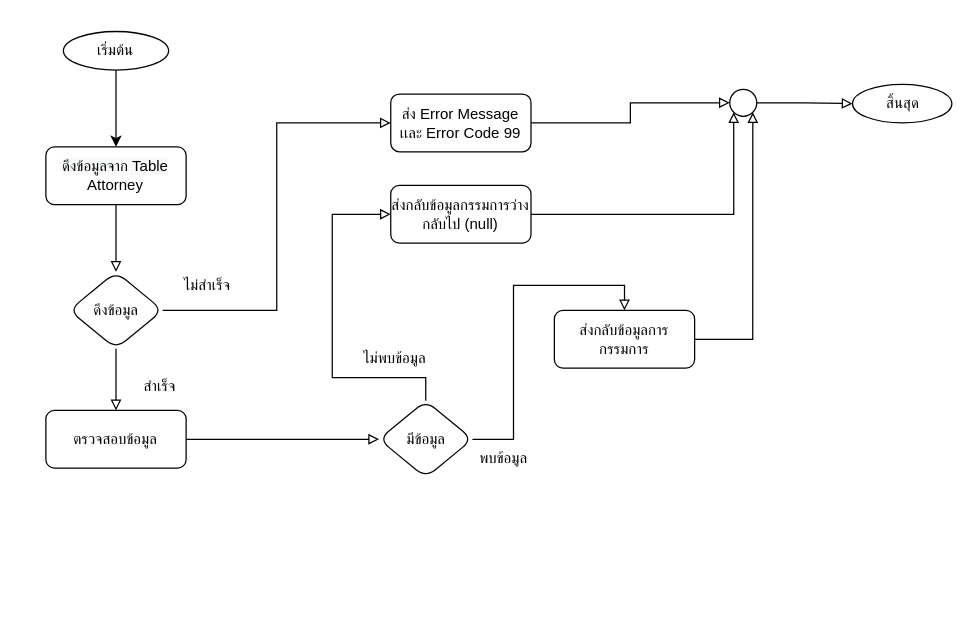
The draw.io diagram GetAttorneyList.drawio in charifrodmanee/charifrodmanee, before the edit. Source tidied: cells renumbered, new cells numbered last; positions are measured from the earlier drawing's top-left corner, leaving out a move shared by most shapes. Both pictures are drawn from the tidied source at 125%, with x=0, y=0 at pixel (21, 21).
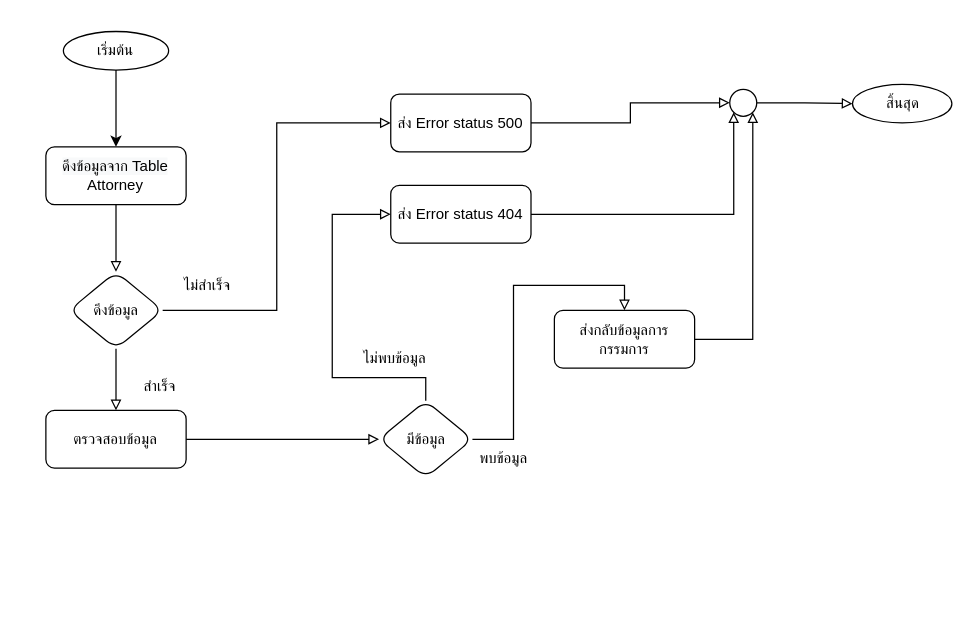
The same page after the edit.

The change refers to these unchanged cells:
```xml
<mxCell id="3" style="group;" parent="2" vertex="1">
  <mxGeometry x="19.2" y="7.7" width="724.8" height="356.9" as="geometry" />
</mxCell>
```

Diff of the diagram source:
```diff
@@
-    <mxCell id="8" value="ส่ง Error Message เเละ Error Code 99" style="whiteSpace=wrap;html=1;rounded=1;" parent="3" vertex="1">
+    <mxCell id="8" value="ส่ง Error status 500" style="whiteSpace=wrap;html=1;rounded=1;" parent="3" vertex="1">
       <mxGeometry x="275.9" y="50" width="112.2" height="46.2" as="geometry" />
     </mxCell>
@@
-    <mxCell id="18" value="ส่งกลับข้อมูลกรรมการว่างกลับไป (null)" style="whiteSpace=wrap;html=1;rounded=1;" parent="3" vertex="1">
+    <mxCell id="18" value="ส่ง Error status 404" style="whiteSpace=wrap;html=1;rounded=1;" parent="3" vertex="1">
       <mxGeometry x="275.9" y="123.1" width="112.2" height="46.2" as="geometry" />
     </mxCell>
```
